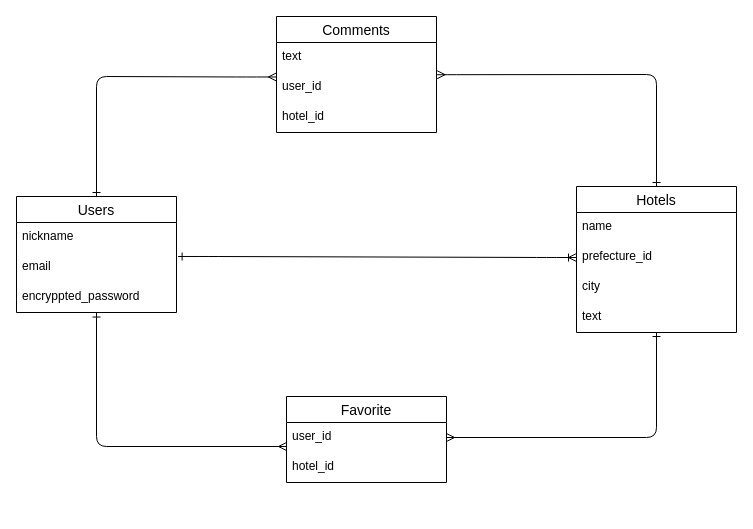
Above: staysnap.dio in Suchon4031/hotel-app (draw.io), before the change. Source tidied: cells renumbered, new cells numbered last; positions are measured from the earlier drawing's top-left corner, leaving out a move shared by most shapes. Both pictures are drawn from the tidied source at 100%, with x=0, y=0 at pixel (16, 16).
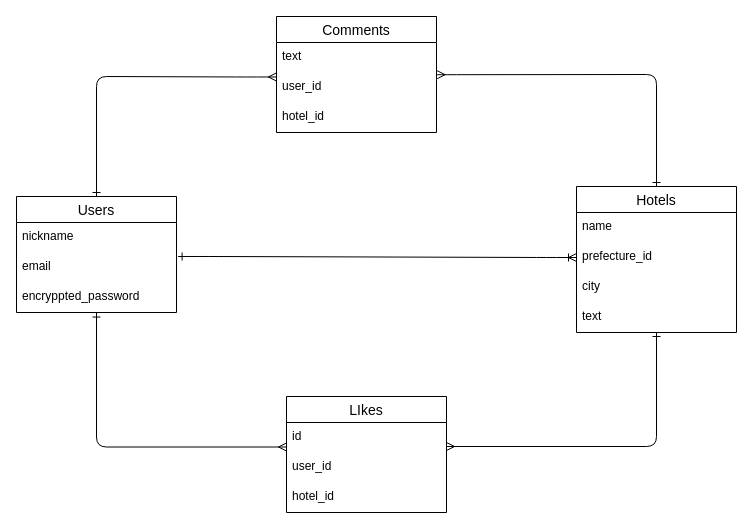
The same page after the edit.

Unchanged cells that the change refers to:
```xml
<mxCell id="5" value="encryppted_password&#10;" style="text;strokeColor=none;fillColor=none;spacingLeft=4;spacingRight=4;overflow=hidden;points=[[0,0.5],[1,0.5]];portConstraint=eastwest;fontSize=12;" parent="2" vertex="1">
  <mxGeometry y="86" width="160" height="30" as="geometry" />
</mxCell>
<mxCell id="6" value="Hotels" style="swimlane;fontStyle=0;horizontal=1;startSize=26;align=center;fontSize=14;" parent="1" vertex="1">
  <mxGeometry x="560" y="170" width="160" height="146" as="geometry" />
</mxCell>
```

Diff of the diagram source:
```diff
@@
-    <mxCell id="11" value="Favorite" style="swimlane;fontStyle=0;horizontal=1;startSize=26;align=center;fontSize=14;labelBackgroundColor=default;" parent="1" vertex="1">
-      <mxGeometry x="270" y="380" width="160" height="86" as="geometry" />
+    <mxCell id="11" value="LIkes" style="swimlane;fontStyle=0;horizontal=1;startSize=26;align=center;fontSize=14;labelBackgroundColor=default;" parent="1" vertex="1">
+      <mxGeometry x="270" y="380" width="160" height="116" as="geometry" />
     </mxCell>
+    <mxCell id="23" value="id" style="text;strokeColor=none;fillColor=none;spacingLeft=4;spacingRight=4;overflow=hidden;points=[[0,0.5],[1,0.5]];portConstraint=eastwest;fontSize=12;" parent="11" vertex="1">
+      <mxGeometry y="26" width="160" height="30" as="geometry" />
+    </mxCell>
     <mxCell id="12" value="user_id" style="text;strokeColor=none;fillColor=none;spacingLeft=4;spacingRight=4;overflow=hidden;points=[[0,0.5],[1,0.5]];portConstraint=eastwest;fontSize=12;" parent="11" vertex="1">
-      <mxGeometry y="26" width="160" height="30" as="geometry" />
+      <mxGeometry y="56" width="160" height="30" as="geometry" />
     </mxCell>
     <mxCell id="13" value="hotel_id" style="text;strokeColor=none;fillColor=none;spacingLeft=4;spacingRight=4;overflow=hidden;fontSize=12;" parent="11" vertex="1">
-      <mxGeometry y="56" width="160" height="30" as="geometry" />
+      <mxGeometry y="86" width="160" height="30" as="geometry" />
     </mxCell>
@@
-    <mxCell id="15" style="edgeStyle=orthogonalEdgeStyle;fontSize=12;html=1;endArrow=ERone;startArrow=ERmany;startFill=0;endFill=0;entryX=0.5;entryY=1;entryDx=0;entryDy=0;exitX=1;exitY=0.5;exitDx=0;exitDy=0;" parent="1" edge="1" source="12" target="6">
+    <mxCell id="15" style="edgeStyle=orthogonalEdgeStyle;fontSize=12;html=1;endArrow=ERone;startArrow=ERmany;startFill=0;endFill=0;entryX=0.5;entryY=1;entryDx=0;entryDy=0;" parent="1" edge="1" target="6">
       <mxGeometry relative="1" as="geometry">
+        <mxPoint x="430" y="430" as="sourcePoint" />
         <Array as="points">
-          <mxPoint x="640" y="421" />
+          <mxPoint x="430" y="430" />
+          <mxPoint x="640" y="430" />
         </Array>
       </mxGeometry>
     </mxCell>
-    <mxCell id="16" style="edgeStyle=orthogonalEdgeStyle;fontSize=12;html=1;endArrow=ERone;startArrow=ERmany;startFill=0;endFill=0;entryX=0.5;entryY=1.018;entryDx=0;entryDy=0;entryPerimeter=0;" parent="1" edge="1" source="12" target="5">
+    <mxCell id="16" style="edgeStyle=orthogonalEdgeStyle;fontSize=12;html=1;endArrow=ERone;startArrow=ERmany;startFill=0;endFill=0;entryX=0.5;entryY=1.018;entryDx=0;entryDy=0;entryPerimeter=0;exitX=0;exitY=0.817;exitDx=0;exitDy=0;exitPerimeter=0;" parent="1" edge="1" source="23" target="5">
       <mxGeometry relative="1" as="geometry">
         <Array as="points">
-          <mxPoint x="80" y="430" />
+          <mxPoint x="80" y="431" />
         </Array>
       </mxGeometry>
     </mxCell>
```
